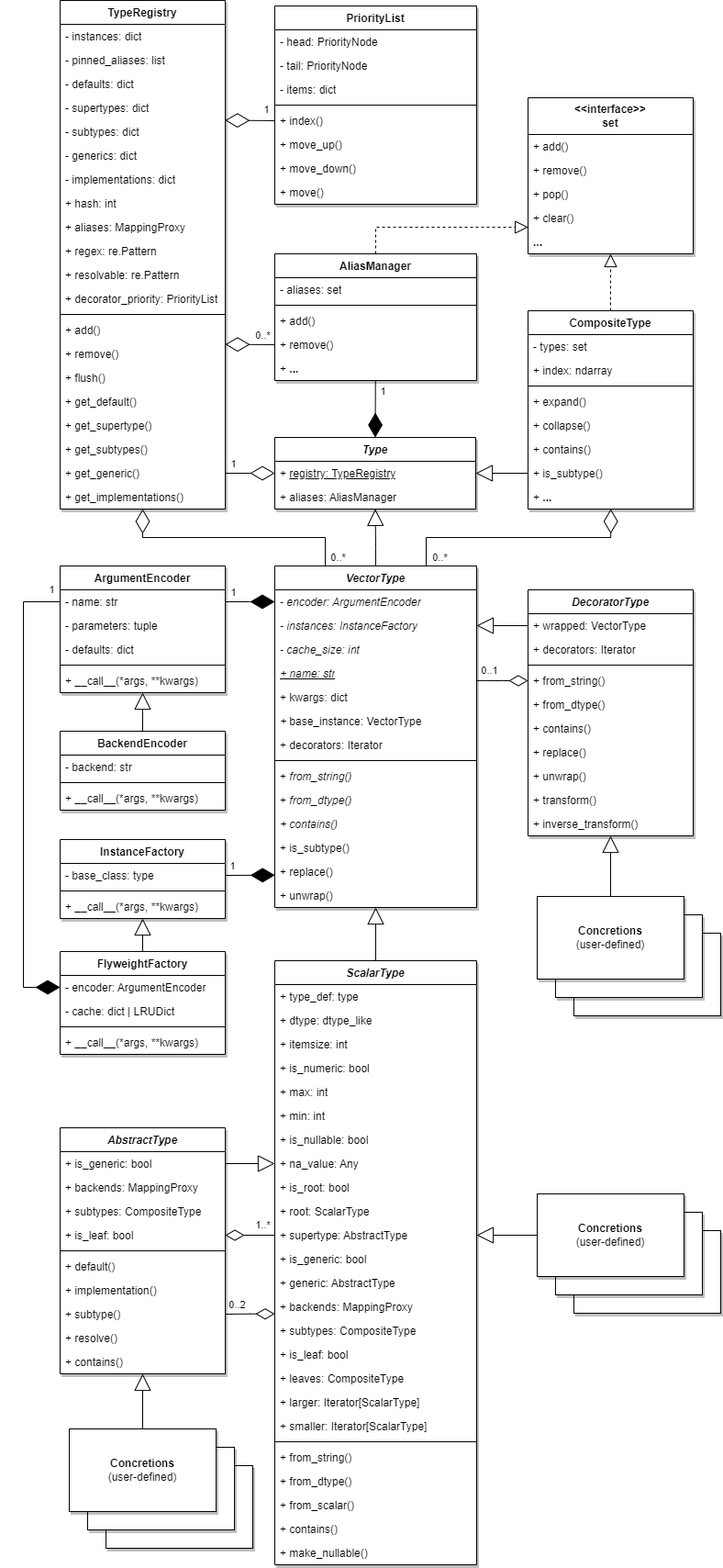
The draw.io diagram docs/source/images/types/Types_UML.png in eerkela/bertrand, before a commit. Source tidied: cells renumbered, new cells last; positions are measured from the earlier drawing's top-left corner, leaving out a move shared by most shapes.
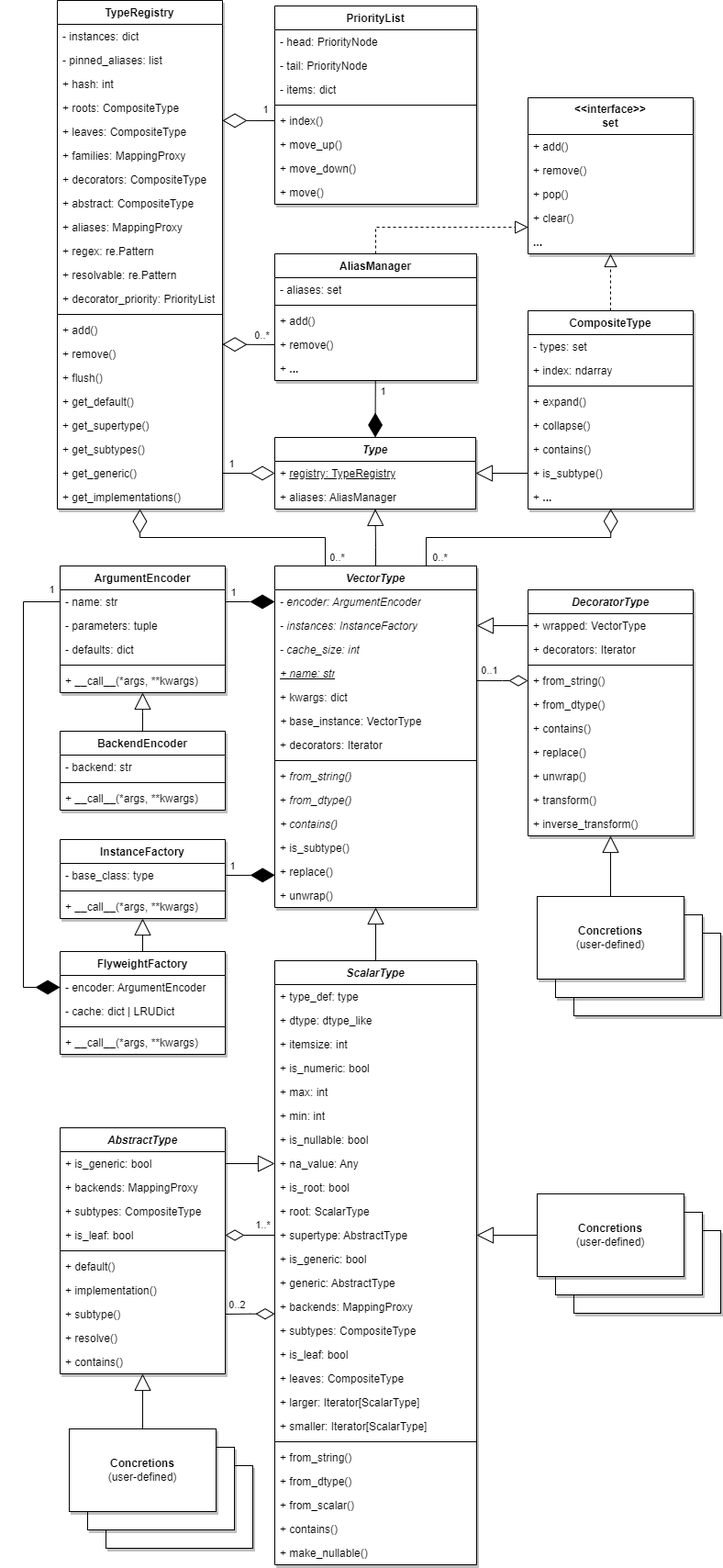
After the commit.

Change to the diagram source:
```diff
@@ -404,7 +404,7 @@
       <mxGeometry y="52" width="219" height="26" as="geometry" />
     </mxCell>
     <mxCell id="133" value="TypeRegistry" style="swimlane;fontStyle=1;align=center;verticalAlign=top;horizontal=1;startSize=26;whiteSpace=wrap;html=1;swimlaneFillColor=default;shadow=1;strokeColor=default;rounded=0;glass=0;" parent="127" vertex="1">
-      <mxGeometry x="40" width="180" height="554" as="geometry" />
+      <mxGeometry x="37" width="180" height="554" as="geometry" />
     </mxCell>
     <mxCell id="134" value="- instances: dict" style="text;strokeColor=none;fillColor=none;align=left;verticalAlign=top;spacingLeft=4;spacingRight=4;overflow=hidden;whiteSpace=wrap;html=1;" parent="133" vertex="1">
       <mxGeometry y="26" width="180" height="26" as="geometry" />
@@ -412,24 +412,24 @@
     <mxCell id="135" value="- pinned_aliases: list" style="text;strokeColor=none;fillColor=none;align=left;verticalAlign=top;spacingLeft=4;spacingRight=4;overflow=hidden;whiteSpace=wrap;html=1;" parent="133" vertex="1">
       <mxGeometry y="52" width="180" height="26" as="geometry" />
     </mxCell>
-    <mxCell id="136" value="- defaults: dict" style="text;strokeColor=none;fillColor=none;align=left;verticalAlign=top;spacingLeft=4;spacingRight=4;overflow=hidden;whiteSpace=wrap;html=1;" parent="133" vertex="1">
-      <mxGeometry y="78" width="180" height="26" as="geometry" />
-    </mxCell>
-    <mxCell id="137" value="- supertypes: dict" style="text;strokeColor=none;fillColor=none;align=left;verticalAlign=top;spacingLeft=4;spacingRight=4;overflow=hidden;points=[[0,0.5],[1,0.5]];portConstraint=eastwest;whiteSpace=wrap;html=1;" parent="133" vertex="1">
-      <mxGeometry y="104" width="180" height="26" as="geometry" />
-    </mxCell>
-    <mxCell id="138" value="- subtypes: dict" style="text;strokeColor=none;fillColor=none;align=left;verticalAlign=top;spacingLeft=4;spacingRight=4;overflow=hidden;whiteSpace=wrap;html=1;" parent="133" vertex="1">
-      <mxGeometry y="130" width="180" height="26" as="geometry" />
-    </mxCell>
-    <mxCell id="139" value="- generics: dict" style="text;strokeColor=none;fillColor=none;align=left;verticalAlign=top;spacingLeft=4;spacingRight=4;overflow=hidden;whiteSpace=wrap;html=1;" parent="133" vertex="1">
-      <mxGeometry y="156" width="180" height="26" as="geometry" />
-    </mxCell>
-    <mxCell id="140" value="- implementations: dict" style="text;strokeColor=none;fillColor=none;align=left;verticalAlign=top;spacingLeft=4;spacingRight=4;overflow=hidden;whiteSpace=wrap;html=1;" parent="133" vertex="1">
-      <mxGeometry y="182" width="180" height="26" as="geometry" />
-    </mxCell>
     <mxCell id="141" value="+ hash: int" style="text;strokeColor=none;fillColor=none;align=left;verticalAlign=top;spacingLeft=4;spacingRight=4;overflow=hidden;whiteSpace=wrap;html=1;" parent="133" vertex="1">
-      <mxGeometry y="208" width="180" height="26" as="geometry" />
+      <mxGeometry y="78" width="180" height="26" as="geometry" />
     </mxCell>
+    <mxCell id="186" value="+ roots: CompositeType" style="text;strokeColor=none;fillColor=none;align=left;verticalAlign=top;spacingLeft=4;spacingRight=4;overflow=hidden;whiteSpace=wrap;html=1;" parent="133" vertex="1">
+      <mxGeometry y="104" width="180" height="26" as="geometry" />
+    </mxCell>
+    <mxCell id="187" value="+ leaves: CompositeType" style="text;strokeColor=none;fillColor=none;align=left;verticalAlign=top;spacingLeft=4;spacingRight=4;overflow=hidden;points=[[0,0.5],[1,0.5]];portConstraint=eastwest;whiteSpace=wrap;html=1;" parent="133" vertex="1">
+      <mxGeometry y="130" width="180" height="26" as="geometry" />
+    </mxCell>
+    <mxCell id="188" value="+ families: MappingProxy" style="text;strokeColor=none;fillColor=none;align=left;verticalAlign=top;spacingLeft=4;spacingRight=4;overflow=hidden;whiteSpace=wrap;html=1;" parent="133" vertex="1">
+      <mxGeometry y="156" width="180" height="26" as="geometry" />
+    </mxCell>
+    <mxCell id="189" value="+ decorators: CompositeType" style="text;strokeColor=none;fillColor=none;align=left;verticalAlign=top;spacingLeft=4;spacingRight=4;overflow=hidden;whiteSpace=wrap;html=1;" parent="133" vertex="1">
+      <mxGeometry y="182" width="180" height="26" as="geometry" />
+    </mxCell>
+    <mxCell id="190" value="+ abstract: CompositeType" style="text;strokeColor=none;fillColor=none;align=left;verticalAlign=top;spacingLeft=4;spacingRight=4;overflow=hidden;whiteSpace=wrap;html=1;" parent="133" vertex="1">
+      <mxGeometry y="208" width="180" height="26" as="geometry" />
+    </mxCell>
     <mxCell id="142" value="+ aliases: MappingProxy" style="text;strokeColor=none;fillColor=none;align=left;verticalAlign=top;spacingLeft=4;spacingRight=4;overflow=hidden;whiteSpace=wrap;html=1;" parent="133" vertex="1">
       <mxGeometry y="234" width="180" height="26" as="geometry" />
     </mxCell>
@@ -545,7 +545,7 @@
         </Array>
       </mxGeometry>
     </mxCell>
-    <mxCell id="177" style="endArrow=diamondThin;endFill=0;endSize=24;html=1;rounded=0;entryX=0.999;entryY=1.021;entryDx=0;entryDy=0;exitX=0;exitY=0.5;exitDx=0;exitDy=0;entryPerimeter=0;" parent="127" edge="1" source="172" target="137">
+    <mxCell id="177" style="endArrow=diamondThin;endFill=0;endSize=24;html=1;rounded=0;entryX=1;entryY=0.033;entryDx=0;entryDy=0;exitX=0;exitY=0.5;exitDx=0;exitDy=0;entryPerimeter=0;" parent="127" edge="1" source="172" target="187">
       <mxGeometry relative="1" as="geometry" />
     </mxCell>
     <mxCell id="178" value="1" style="edgeLabel;html=1;align=center;verticalAlign=middle;" parent="177" vertex="1">
```
